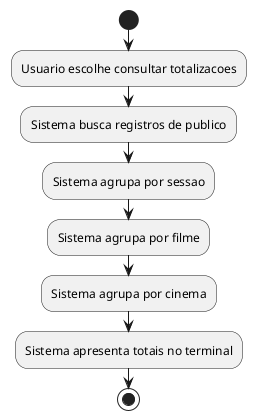
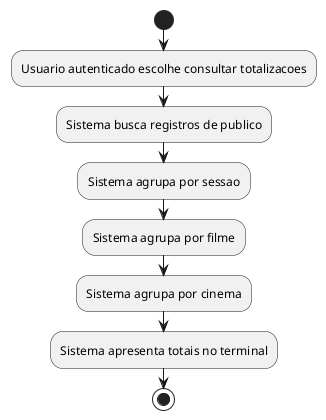
@startuml
start
- :Usuario escolhe consultar totalizacoes;
+ :Usuario autenticado escolhe consultar totalizacoes;
:Sistema busca registros de publico;
:Sistema agrupa por sessao;
:Sistema agrupa por filme;
:Sistema agrupa por cinema;
:Sistema apresenta totais no terminal;
stop
@enduml
